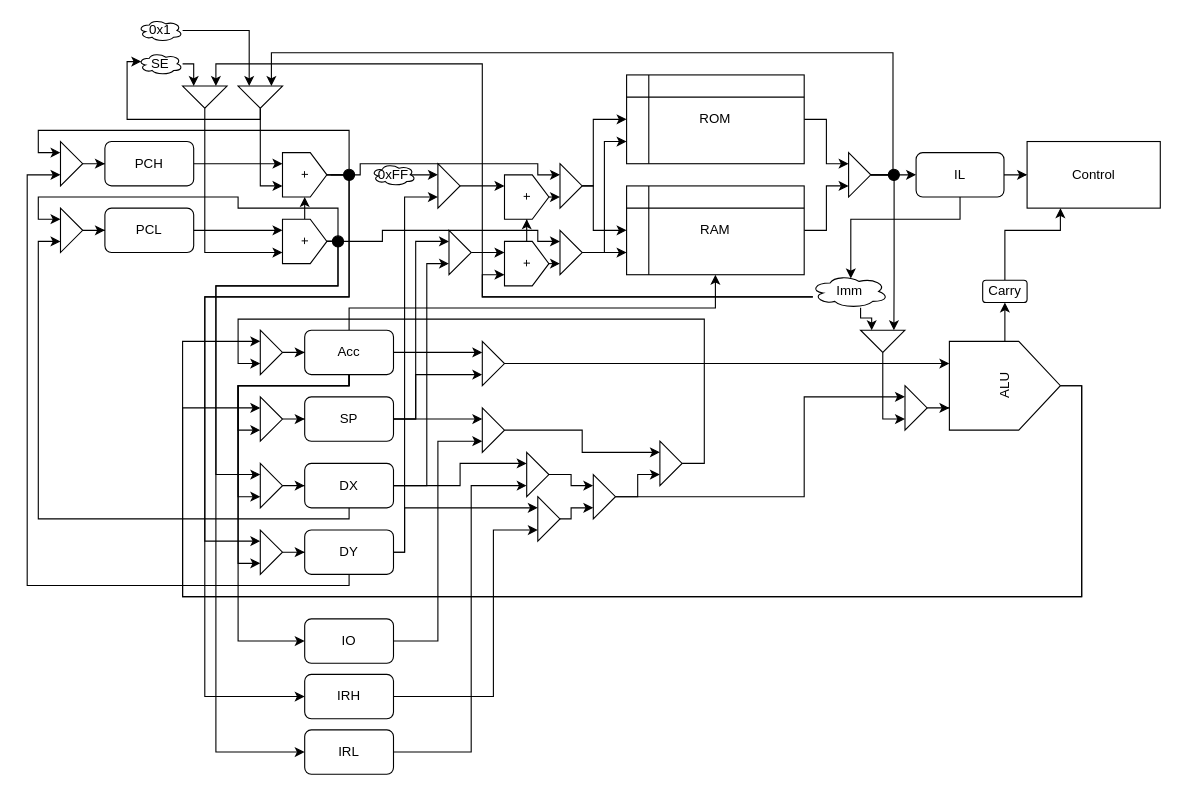
Earlier version of the draw.io diagram Design/datapath.drawio (LithosphereRocketry/Nandy). Source tidied: cells renumbered, new cells numbered last; positions are measured from the earlier drawing's top-left corner, leaving out a move shared by most shapes. Both pictures are drawn from the tidied source at 111%, with x=0, y=0 at pixel (27, 19).
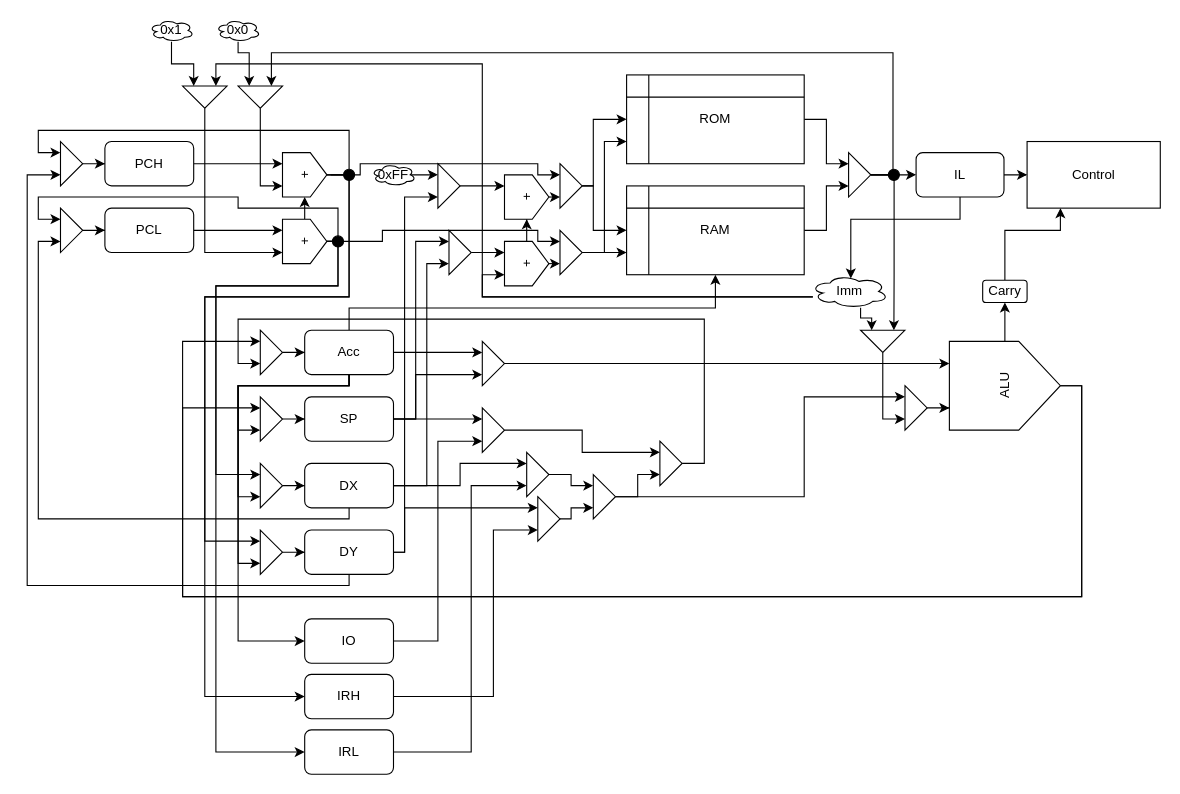
The same diagram, later.

Commit message:
Updates to datapath drawing

The change refers to these unchanged cells:
```xml
<mxCell id="94" style="triangle;whiteSpace=wrap;html=1;rotation=90;" parent="1" vertex="1">
  <mxGeometry x="150" y="50" width="20" height="40" as="geometry" />
</mxCell>
<mxCell id="97" style="triangle;whiteSpace=wrap;html=1;rotation=90;" parent="1" vertex="1">
  <mxGeometry x="200" y="50" width="20" height="40" as="geometry" />
</mxCell>
```

What changed in the source:
```diff
@@
-    <mxCell id="96" style="edgeStyle=orthogonalEdgeStyle;rounded=0;jettySize=auto;html=1;exitX=1;exitY=0.5;exitDx=0;exitDy=0;entryX=0.07;entryY=0.4;entryDx=0;entryDy=0;entryPerimeter=0;" parent="1" edge="1" source="97" target="99">
-      <mxGeometry relative="1" as="geometry">
-        <Array as="points">
-          <mxPoint x="210" y="90" />
-          <mxPoint x="90" y="90" />
-          <mxPoint x="90" y="38" />
-        </Array>
-      </mxGeometry>
-    </mxCell>
@@
-    <mxCell id="98" style="edgeStyle=orthogonalEdgeStyle;rounded=0;jettySize=auto;html=1;entryX=0;entryY=0.75;entryDx=0;entryDy=0;" parent="1" edge="1" source="99" target="94">
-      <mxGeometry relative="1" as="geometry">
-        <Array as="points">
-          <mxPoint x="150" y="40" />
-        </Array>
-      </mxGeometry>
-    </mxCell>
-    <mxCell id="99" value="SE" style="ellipse;shape=cloud;whiteSpace=wrap;html=1;" parent="1" vertex="1">
-      <mxGeometry x="100" y="30" width="40" height="20" as="geometry" />
-    </mxCell>
-    <mxCell id="100" style="edgeStyle=orthogonalEdgeStyle;rounded=0;jettySize=auto;html=1;entryX=0;entryY=0.75;entryDx=0;entryDy=0;" parent="1" edge="1" source="101" target="97">
+    <mxCell id="100" style="edgeStyle=orthogonalEdgeStyle;rounded=0;jettySize=auto;html=1;entryX=0;entryY=0.75;entryDx=0;entryDy=0;" parent="1" edge="1" source="101" target="94">
       <mxGeometry relative="1" as="geometry" />
     </mxCell>
     <mxCell id="101" value="0x1" style="ellipse;shape=cloud;whiteSpace=wrap;html=1;" parent="1" vertex="1">
-      <mxGeometry x="100" width="40" height="20" as="geometry" />
+      <mxGeometry x="110" width="40" height="20" as="geometry" />
     </mxCell>
@@
+    <mxCell id="125" style="edgeStyle=orthogonalEdgeStyle;rounded=0;jettySize=auto;html=1;entryX=0;entryY=0.75;entryDx=0;entryDy=0;" parent="1" edge="1" source="126" target="97">
+      <mxGeometry relative="1" as="geometry">
+        <Array as="points">
+          <mxPoint x="190" y="30" />
+          <mxPoint x="200" y="30" />
+        </Array>
+      </mxGeometry>
+    </mxCell>
+    <mxCell id="126" value="0x0" style="ellipse;shape=cloud;whiteSpace=wrap;html=1;" parent="1" vertex="1">
+      <mxGeometry x="170" width="40" height="20" as="geometry" />
+    </mxCell>
```
